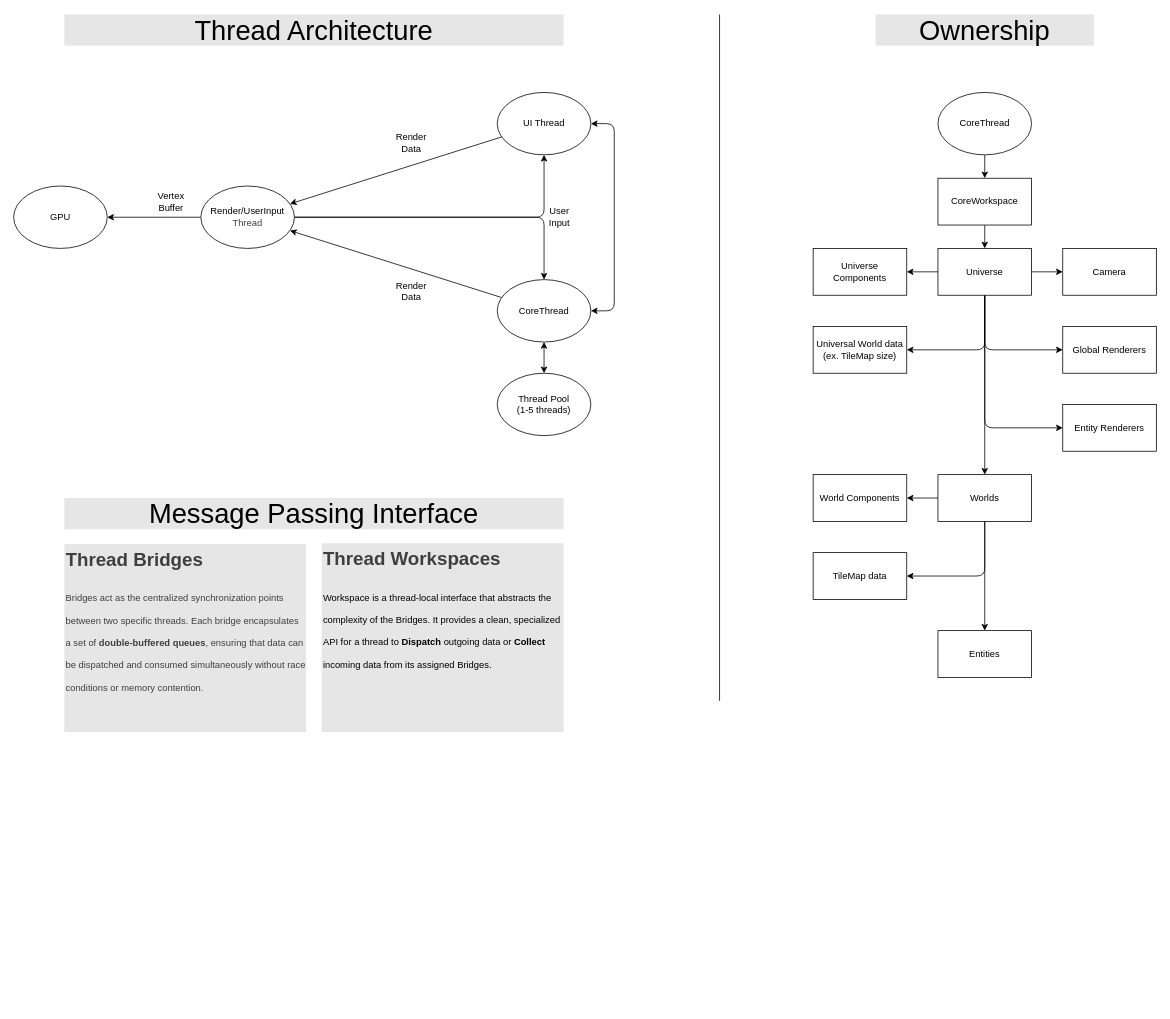
mardanPolis/Luminix keeps this draw.io diagram as docs/SystemDocs/Architecture.drawio. Above is the earlier version. Source tidied: cells renumbered, new cells numbered last; positions are measured from the earlier drawing's top-left corner, leaving out a move shared by most shapes. Both pictures are drawn from the tidied source at 78%, with x=0, y=0 at pixel (13, 14).
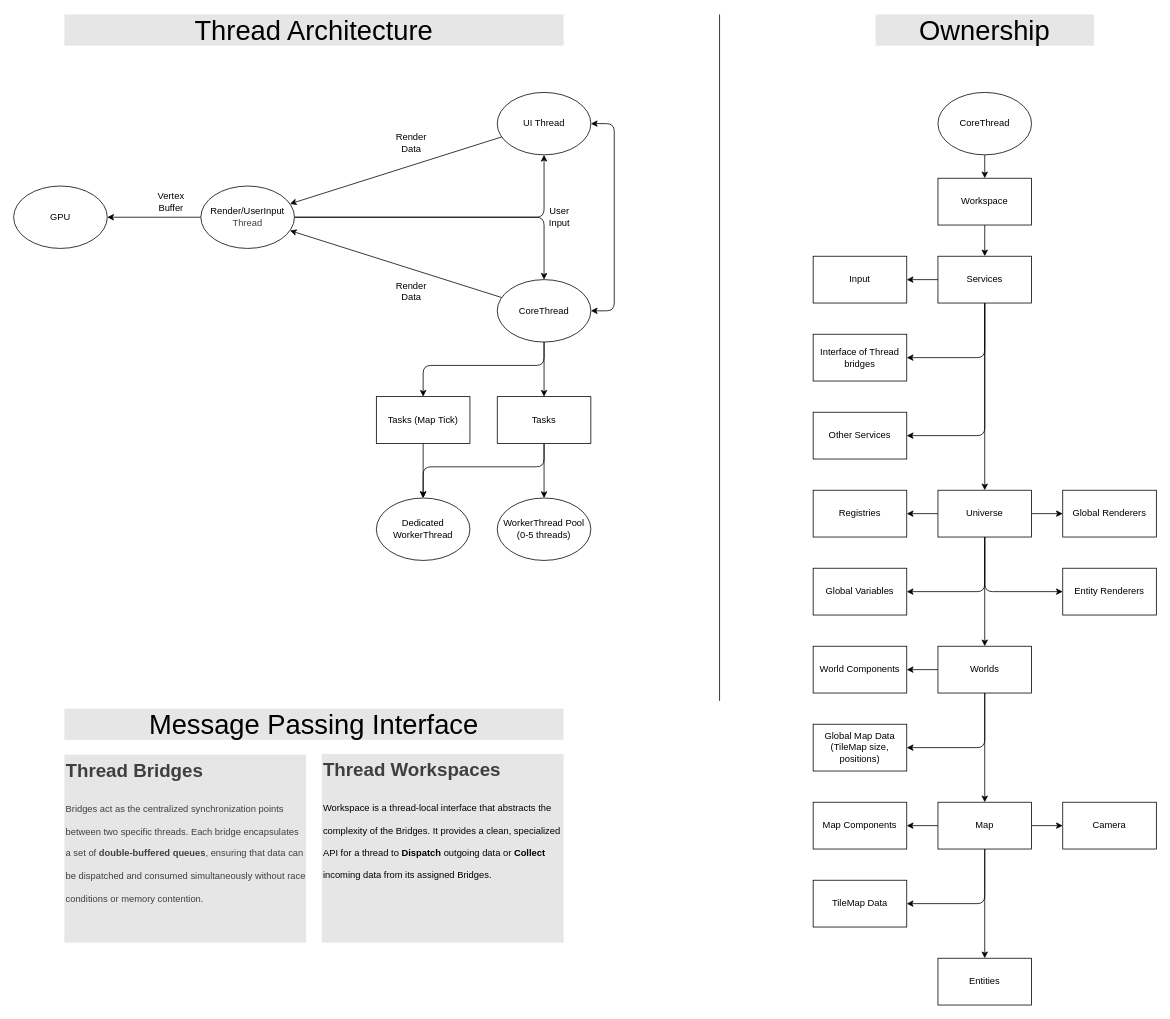
Above is the later version.

Unchanged cells that the change refers to:
```xml
<mxCell id="7" value="CoreThread" style="ellipse;whiteSpace=wrap;html=1;" parent="1" vertex="1">
  <mxGeometry x="620" y="340" width="120" height="80" as="geometry" />
</mxCell>
```

The edit, as a diff of the source:
```diff
@@
+    <mxCell id="47" style="edgeStyle=none;html=1;" parent="1" edge="1" source="7" target="55">
+      <mxGeometry relative="1" as="geometry" />
+    </mxCell>
+    <mxCell id="48" style="edgeStyle=none;html=1;entryX=0.5;entryY=0;entryDx=0;entryDy=0;" parent="1" edge="1" source="7" target="58">
+      <mxGeometry relative="1" as="geometry">
+        <Array as="points">
+          <mxPoint x="680" y="450" />
+          <mxPoint x="525" y="450" />
+        </Array>
+      </mxGeometry>
+    </mxCell>
@@
-    <mxCell id="16" value="Thread Pool&lt;br&gt;(1-5 threads)" style="ellipse;whiteSpace=wrap;html=1;" parent="1" vertex="1">
-      <mxGeometry x="620" y="460" width="120" height="80" as="geometry" />
+    <mxCell id="16" value="WorkerThread Pool&lt;br&gt;(0-5 threads)" style="ellipse;whiteSpace=wrap;html=1;" parent="1" vertex="1">
+      <mxGeometry x="620" y="620" width="120" height="80" as="geometry" />
     </mxCell>
-    <mxCell id="17" style="endArrow=classic;startArrow=classic;html=1;entryX=0.5;entryY=1;entryDx=0;entryDy=0;" parent="1" edge="1" source="16" target="7">
-      <mxGeometry relative="1" as="geometry" />
-    </mxCell>
     <mxCell id="18" value="&lt;font style=&quot;font-size: 35px;&quot;&gt;Message Passing Interface&lt;/font&gt;" style="text;html=1;align=center;verticalAlign=middle;whiteSpace=wrap;rounded=0;fillColor=#E6E6E6;" parent="1" vertex="1">
-      <mxGeometry x="65" y="620" width="640" height="40" as="geometry" />
+      <mxGeometry x="65" y="890" width="640" height="40" as="geometry" />
     </mxCell>
     <mxCell id="19" value="&lt;h1 style=&quot;margin-top: 0px;&quot;&gt;&lt;span style=&quot;color: rgb(63, 63, 63); background-color: transparent;&quot;&gt;Thread Workspaces&lt;/span&gt;&lt;/h1&gt;&lt;h1 style=&quot;margin-top: 0px;&quot;&gt;&lt;span style=&quot;background-color: transparent; font-size: 12px; font-weight: normal;&quot;&gt;Workspace is a thread-local interface that abstracts the complexity of the Bridges. It provides a clean, specialized API for a thread to &lt;/span&gt;&lt;b style=&quot;background-color: transparent; font-size: 12px;&quot;&gt;Dispatch&lt;/b&gt;&lt;span style=&quot;background-color: transparent; font-size: 12px; font-weight: normal;&quot;&gt; outgoing data or &lt;/span&gt;&lt;b style=&quot;background-color: transparent; font-size: 12px;&quot;&gt;Collect&lt;/b&gt;&lt;span style=&quot;background-color: transparent; font-size: 12px; font-weight: normal;&quot;&gt; incoming data from its assigned Bridges.&lt;/span&gt;&lt;span style=&quot;font-size: 12px; font-weight: 400;&quot;&gt;&amp;nbsp;&lt;/span&gt;&lt;/h1&gt;" style="text;html=1;whiteSpace=wrap;overflow=hidden;rounded=0;fillColor=#E6E6E6;" parent="1" vertex="1">
-      <mxGeometry x="395" y="678" width="310" height="242" as="geometry" />
+      <mxGeometry x="395" y="948" width="310" height="242" as="geometry" />
     </mxCell>
     <mxCell id="20" value="&lt;h1 style=&quot;color: rgb(63, 63, 63); scrollbar-color: rgb(226, 226, 226) rgb(251, 251, 251); margin-top: 0px;&quot;&gt;&lt;span style=&quot;scrollbar-color: rgb(226, 226, 226) rgb(251, 251, 251); background-color: transparent; color: rgb(63, 63, 63);&quot;&gt;Thread Bridges&lt;/span&gt;&lt;/h1&gt;&lt;h1 style=&quot;color: rgb(63, 63, 63); scrollbar-color: rgb(226, 226, 226) rgb(251, 251, 251); margin-top: 0px; margin-bottom: 10px;&quot;&gt;&lt;span style=&quot;scrollbar-color: rgb(226, 226, 226) rgb(251, 251, 251); background-color: transparent; font-size: 12px; font-weight: 400; line-height: 7.2px; color: rgb(63, 63, 63);&quot;&gt;&lt;span style=&quot;color: rgb(63, 63, 63); scrollbar-color: rgb(226, 226, 226) rgb(251, 251, 251); background-color: transparent;&quot;&gt;Bridges act as the centralized synchronization points between two specific threads. Each bridge encapsulates a set of&amp;nbsp;&lt;/span&gt;&lt;b style=&quot;color: rgb(63, 63, 63); scrollbar-color: rgb(226, 226, 226) rgb(251, 251, 251); background-color: transparent;&quot;&gt;double-buffered queues&lt;/b&gt;&lt;span style=&quot;color: rgb(63, 63, 63); scrollbar-color: rgb(226, 226, 226) rgb(251, 251, 251); background-color: transparent;&quot;&gt;, ensuring that data can be dispatched and consumed simultaneously without race conditions or memory contention.&lt;/span&gt;&amp;nbsp;&lt;/span&gt;&lt;/h1&gt;" style="text;html=1;whiteSpace=wrap;overflow=hidden;rounded=0;fillColor=#E6E6E6;" parent="1" vertex="1">
-      <mxGeometry x="65" y="679" width="310" height="241" as="geometry" />
+      <mxGeometry x="65" y="949" width="310" height="241" as="geometry" />
     </mxCell>
@@
-    <mxCell id="24" style="edgeStyle=none;html=1;entryX=1;entryY=0.5;entryDx=0;entryDy=0;" parent="1" edge="1" source="30" target="35">
-      <mxGeometry relative="1" as="geometry" />
-    </mxCell>
@@
-    <mxCell id="26" style="edgeStyle=none;html=1;entryX=1;entryY=0.5;entryDx=0;entryDy=0;" parent="1" edge="1" source="30" target="37">
-      <mxGeometry relative="1" as="geometry">
-        <Array as="points">
-          <mxPoint x="1245" y="430" />
-        </Array>
-      </mxGeometry>
-    </mxCell>
+    <mxCell id="29" style="edgeStyle=none;html=1;entryX=0;entryY=0.5;entryDx=0;entryDy=0;" parent="1" edge="1" source="30" target="42">
+      <mxGeometry relative="1" as="geometry">
+        <Array as="points">
+          <mxPoint x="1245" y="740" />
+        </Array>
+      </mxGeometry>
+    </mxCell>
     <mxCell id="27" style="edgeStyle=none;html=1;entryX=0;entryY=0.5;entryDx=0;entryDy=0;" parent="1" edge="1" source="30" target="43">
-      <mxGeometry relative="1" as="geometry">
-        <Array as="points">
-          <mxPoint x="1245" y="430" />
-        </Array>
-      </mxGeometry>
+      <mxGeometry relative="1" as="geometry" />
     </mxCell>
-    <mxCell id="28" style="edgeStyle=none;html=1;" parent="1" edge="1" source="30" target="46">
-      <mxGeometry relative="1" as="geometry" />
-    </mxCell>
-    <mxCell id="29" style="edgeStyle=none;html=1;entryX=0;entryY=0.5;entryDx=0;entryDy=0;" parent="1" edge="1" source="30" target="42">
-      <mxGeometry relative="1" as="geometry">
-        <Array as="points">
-          <mxPoint x="1245" y="530" />
-        </Array>
-      </mxGeometry>
-    </mxCell>
+    <mxCell id="49" style="edgeStyle=none;html=1;entryX=1;entryY=0.5;entryDx=0;entryDy=0;" parent="1" edge="1" source="30" target="74">
+      <mxGeometry relative="1" as="geometry" />
+    </mxCell>
+    <mxCell id="50" style="edgeStyle=none;html=1;entryX=1;entryY=0.5;entryDx=0;entryDy=0;" parent="1" edge="1" source="30" target="75">
+      <mxGeometry relative="1" as="geometry">
+        <Array as="points">
+          <mxPoint x="1245" y="740" />
+        </Array>
+      </mxGeometry>
+    </mxCell>
     <mxCell id="30" value="Universe" style="rounded=0;whiteSpace=wrap;html=1;" parent="1" vertex="1">
-      <mxGeometry x="1185" y="300" width="120" height="60" as="geometry" />
+      <mxGeometry x="1185" y="610" width="120" height="60" as="geometry" />
     </mxCell>
@@
-    <mxCell id="32" style="edgeStyle=none;html=1;" parent="1" edge="1" source="34" target="40">
-      <mxGeometry relative="1" as="geometry" />
-    </mxCell>
     <mxCell id="33" style="edgeStyle=none;html=1;entryX=1;entryY=0.5;entryDx=0;entryDy=0;" parent="1" edge="1" source="34" target="41">
       <mxGeometry relative="1" as="geometry">
         <Array as="points">
-          <mxPoint x="1245" y="720" />
+          <mxPoint x="1245" y="940" />
         </Array>
       </mxGeometry>
     </mxCell>
+    <mxCell id="51" style="edgeStyle=none;html=1;" parent="1" edge="1" source="34" target="66">
+      <mxGeometry relative="1" as="geometry" />
+    </mxCell>
     <mxCell id="34" value="Worlds" style="rounded=0;whiteSpace=wrap;html=1;" parent="1" vertex="1">
-      <mxGeometry x="1185" y="590" width="120" height="60" as="geometry" />
+      <mxGeometry x="1185" y="810" width="120" height="60" as="geometry" />
     </mxCell>
-    <mxCell id="35" value="Universe Components" style="rounded=0;whiteSpace=wrap;html=1;" parent="1" vertex="1">
-      <mxGeometry x="1025" y="300" width="120" height="60" as="geometry" />
-    </mxCell>
     <mxCell id="36" value="World Components" style="rounded=0;whiteSpace=wrap;html=1;" parent="1" vertex="1">
-      <mxGeometry x="1025" y="590" width="120" height="60" as="geometry" />
+      <mxGeometry x="1025" y="810" width="120" height="60" as="geometry" />
     </mxCell>
-    <mxCell id="37" value="Universal World data&lt;br&gt;(ex. TileMap size)" style="rounded=0;whiteSpace=wrap;html=1;" parent="1" vertex="1">
-      <mxGeometry x="1025" y="400" width="120" height="60" as="geometry" />
-    </mxCell>
-    <mxCell id="38" style="edgeStyle=none;html=1;" parent="1" edge="1" source="39" target="30">
-      <mxGeometry relative="1" as="geometry" />
-    </mxCell>
+    <mxCell id="52" style="edgeStyle=none;html=1;" parent="1" edge="1" source="39" target="71">
+      <mxGeometry relative="1" as="geometry" />
+    </mxCell>
-    <mxCell id="39" value="CoreWorkspace" style="rounded=0;whiteSpace=wrap;html=1;" parent="1" vertex="1">
+    <mxCell id="39" value="Workspace" style="rounded=0;whiteSpace=wrap;html=1;" parent="1" vertex="1">
       <mxGeometry x="1185" y="210" width="120" height="60" as="geometry" />
     </mxCell>
-    <mxCell id="40" value="Entities" style="rounded=0;whiteSpace=wrap;html=1;" parent="1" vertex="1">
-      <mxGeometry x="1185" y="790" width="120" height="60" as="geometry" />
-    </mxCell>
-    <mxCell id="41" value="TileMap data" style="rounded=0;whiteSpace=wrap;html=1;" parent="1" vertex="1">
-      <mxGeometry x="1025" y="690" width="120" height="60" as="geometry" />
+    <mxCell id="41" value="Global Map Data&lt;br&gt;(TileMap size, positions)" style="rounded=0;whiteSpace=wrap;html=1;" parent="1" vertex="1">
+      <mxGeometry x="1025" y="910" width="120" height="60" as="geometry" />
     </mxCell>
     <mxCell id="42" value="Entity Renderers" style="rounded=0;whiteSpace=wrap;html=1;" parent="1" vertex="1">
-      <mxGeometry x="1345" y="500" width="120" height="60" as="geometry" />
+      <mxGeometry x="1345" y="710" width="120" height="60" as="geometry" />
     </mxCell>
     <mxCell id="43" value="Global Renderers" style="rounded=0;whiteSpace=wrap;html=1;" parent="1" vertex="1">
-      <mxGeometry x="1345" y="400" width="120" height="60" as="geometry" />
+      <mxGeometry x="1345" y="610" width="120" height="60" as="geometry" />
     </mxCell>
@@
+    <mxCell id="53" style="edgeStyle=none;html=1;entryX=0.5;entryY=0;entryDx=0;entryDy=0;" parent="1" edge="1" source="55" target="16">
+      <mxGeometry relative="1" as="geometry" />
+    </mxCell>
+    <mxCell id="54" style="edgeStyle=none;html=1;entryX=0.5;entryY=0;entryDx=0;entryDy=0;" parent="1" edge="1" source="55" target="56">
+      <mxGeometry relative="1" as="geometry">
+        <Array as="points">
+          <mxPoint x="680" y="580" />
+          <mxPoint x="525" y="580" />
+        </Array>
+      </mxGeometry>
+    </mxCell>
+    <mxCell id="55" value="Tasks" style="rounded=0;whiteSpace=wrap;html=1;" parent="1" vertex="1">
+      <mxGeometry x="620" y="490" width="120" height="60" as="geometry" />
+    </mxCell>
+    <mxCell id="56" value="Dedicated WorkerThread" style="ellipse;whiteSpace=wrap;html=1;" parent="1" vertex="1">
+      <mxGeometry x="465" y="620" width="120" height="80" as="geometry" />
+    </mxCell>
+    <mxCell id="57" style="edgeStyle=none;html=1;entryX=0.5;entryY=0;entryDx=0;entryDy=0;" parent="1" edge="1" source="58" target="56">
+      <mxGeometry relative="1" as="geometry" />
+    </mxCell>
+    <mxCell id="58" value="Tasks (&lt;span style=&quot;color: rgb(0, 0, 0);&quot;&gt;Map Tick)&lt;/span&gt;" style="rounded=0;whiteSpace=wrap;html=1;" parent="1" vertex="1">
+      <mxGeometry x="465" y="490" width="120" height="60" as="geometry" />
+    </mxCell>
+    <mxCell id="59" value="Input" style="rounded=0;whiteSpace=wrap;html=1;" parent="1" vertex="1">
+      <mxGeometry x="1025" y="310" width="120" height="60" as="geometry" />
+    </mxCell>
+    <mxCell id="60" value="Interface of Thread bridges" style="rounded=0;whiteSpace=wrap;html=1;" parent="1" vertex="1">
+      <mxGeometry x="1025" y="410" width="120" height="60" as="geometry" />
+    </mxCell>
+    <mxCell id="61" value="Other Services" style="rounded=0;whiteSpace=wrap;html=1;" parent="1" vertex="1">
+      <mxGeometry x="1025" y="510" width="120" height="60" as="geometry" />
+    </mxCell>
+    <mxCell id="62" style="edgeStyle=none;html=1;entryX=1;entryY=0.5;entryDx=0;entryDy=0;" parent="1" edge="1" source="66" target="72">
+      <mxGeometry relative="1" as="geometry" />
+    </mxCell>
+    <mxCell id="63" style="edgeStyle=none;html=1;entryX=0;entryY=0.5;entryDx=0;entryDy=0;" parent="1" edge="1" source="66" target="46">
+      <mxGeometry relative="1" as="geometry" />
+    </mxCell>
+    <mxCell id="64" style="edgeStyle=none;html=1;entryX=0.5;entryY=0;entryDx=0;entryDy=0;" parent="1" edge="1" source="66" target="40">
+      <mxGeometry relative="1" as="geometry" />
+    </mxCell>
+    <mxCell id="65" style="edgeStyle=none;html=1;entryX=1;entryY=0.5;entryDx=0;entryDy=0;" parent="1" edge="1" source="66" target="73">
+      <mxGeometry relative="1" as="geometry">
+        <Array as="points">
+          <mxPoint x="1245" y="1140" />
+        </Array>
+      </mxGeometry>
+    </mxCell>
+    <mxCell id="66" value="Map" style="rounded=0;whiteSpace=wrap;html=1;" parent="1" vertex="1">
+      <mxGeometry x="1185" y="1010" width="120" height="60" as="geometry" />
+    </mxCell>
+    <mxCell id="67" style="edgeStyle=none;html=1;entryX=0.5;entryY=0;entryDx=0;entryDy=0;" parent="1" edge="1" source="71" target="30">
+      <mxGeometry relative="1" as="geometry" />
+    </mxCell>
+    <mxCell id="68" style="edgeStyle=none;html=1;entryX=1;entryY=0.5;entryDx=0;entryDy=0;" parent="1" edge="1" source="71" target="61">
+      <mxGeometry relative="1" as="geometry">
+        <Array as="points">
+          <mxPoint x="1245" y="540" />
+        </Array>
+      </mxGeometry>
+    </mxCell>
+    <mxCell id="69" style="edgeStyle=none;html=1;entryX=1;entryY=0.5;entryDx=0;entryDy=0;" parent="1" edge="1" source="71" target="60">
+      <mxGeometry relative="1" as="geometry">
+        <Array as="points">
+          <mxPoint x="1245" y="440" />
+        </Array>
+      </mxGeometry>
+    </mxCell>
+    <mxCell id="70" style="edgeStyle=none;html=1;entryX=1;entryY=0.5;entryDx=0;entryDy=0;" parent="1" edge="1" source="71" target="59">
+      <mxGeometry relative="1" as="geometry" />
+    </mxCell>
+    <mxCell id="71" value="Services" style="rounded=0;whiteSpace=wrap;html=1;" parent="1" vertex="1">
+      <mxGeometry x="1185" y="310" width="120" height="60" as="geometry" />
+    </mxCell>
+    <mxCell id="72" value="Map Components" style="rounded=0;whiteSpace=wrap;html=1;" parent="1" vertex="1">
+      <mxGeometry x="1025" y="1010" width="120" height="60" as="geometry" />
+    </mxCell>
     <mxCell id="46" value="Camera" style="rounded=0;whiteSpace=wrap;html=1;" parent="1" vertex="1">
-      <mxGeometry x="1345" y="300" width="120" height="60" as="geometry" />
+      <mxGeometry x="1345" y="1010" width="120" height="60" as="geometry" />
     </mxCell>
+    <mxCell id="40" value="Entities" style="rounded=0;whiteSpace=wrap;html=1;" parent="1" vertex="1">
+      <mxGeometry x="1185" y="1210" width="120" height="60" as="geometry" />
+    </mxCell>
+    <mxCell id="73" value="TileMap Data" style="rounded=0;whiteSpace=wrap;html=1;" parent="1" vertex="1">
+      <mxGeometry x="1025" y="1110" width="120" height="60" as="geometry" />
+    </mxCell>
+    <mxCell id="74" value="Registries" style="rounded=0;whiteSpace=wrap;html=1;" parent="1" vertex="1">
+      <mxGeometry x="1025" y="610" width="120" height="60" as="geometry" />
+    </mxCell>
+    <mxCell id="75" value="Global Variables" style="rounded=0;whiteSpace=wrap;html=1;" parent="1" vertex="1">
+      <mxGeometry x="1025" y="710" width="120" height="60" as="geometry" />
+    </mxCell>
```
